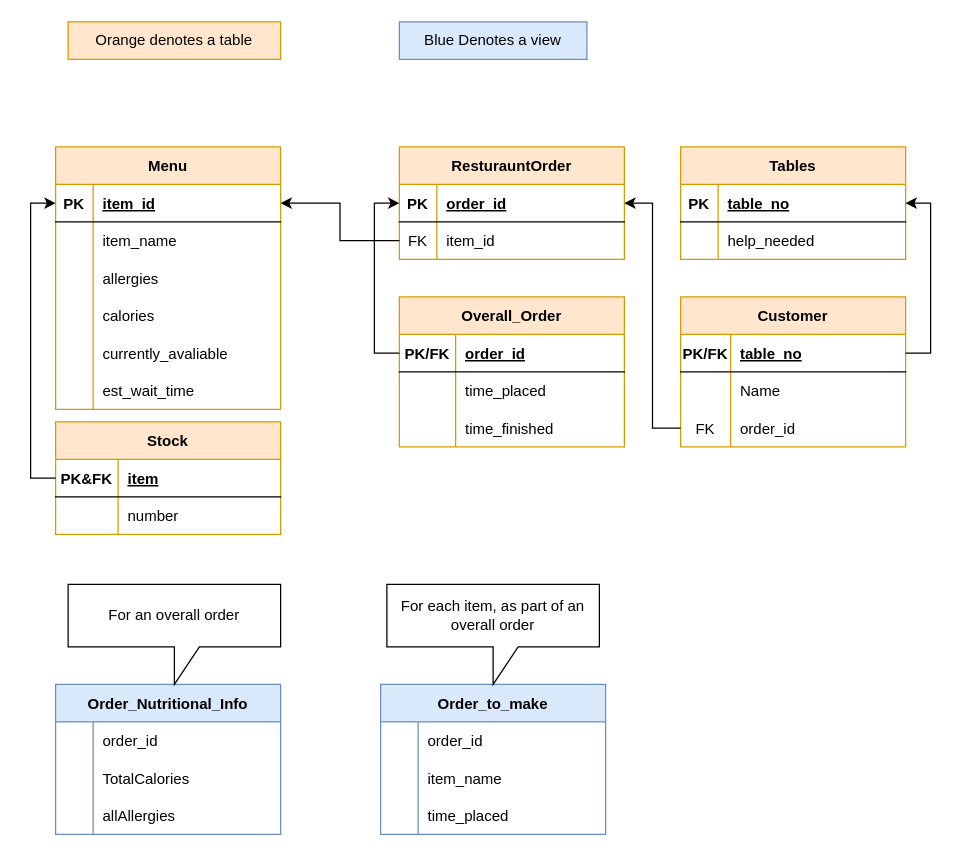
Above: SQLDatabase/Diagrams/DrawIOSchema.drawio in mattyblackout/cs2815-project (draw.io), before the change. Source tidied: cells renumbered, new cells numbered last; positions are measured from the earlier drawing's top-left corner, leaving out a move shared by most shapes. Both pictures are drawn from the tidied source at 125%, with x=0, y=0 at pixel (55, 21).
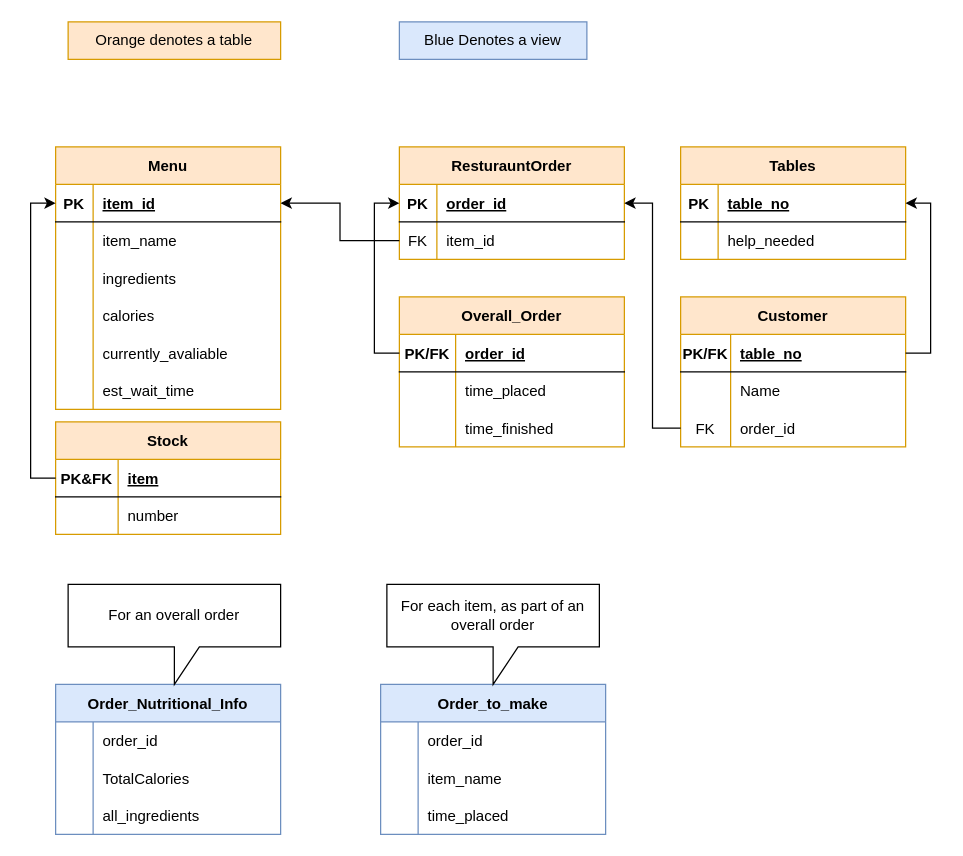
The same diagram, later.

Commit message:
Swapped allergies to ingredients

The change refers to these unchanged cells:
```xml
<mxCell id="9" style="shape=tableRow;horizontal=0;startSize=0;swimlaneHead=0;swimlaneBody=0;fillColor=none;top=0;left=0;right=0;bottom=0;" parent="2" vertex="1">
  <mxGeometry y="90" width="180" height="30" as="geometry" />
</mxCell>
<mxCell id="56" style="shape=tableRow;horizontal=0;startSize=0;swimlaneHead=0;swimlaneBody=0;fillColor=none;top=0;left=0;right=0;bottom=0;" parent="49" vertex="1">
  <mxGeometry y="90" width="180" height="30" as="geometry" />
</mxCell>
```

The edit, as a diff of the source:
```diff
@@
-    <mxCell id="11" value="allergies" style="shape=partialRectangle;fillColor=none;top=0;left=0;bottom=0;right=0;align=left;spacingLeft=6;fontStyle=0;overflow=hidden;" parent="9" vertex="1">
+    <mxCell id="11" value="ingredients" style="shape=partialRectangle;fillColor=none;top=0;left=0;bottom=0;right=0;align=left;spacingLeft=6;fontStyle=0;overflow=hidden;" parent="9" vertex="1">
       <mxGeometry x="30" width="150" height="30" as="geometry" />
     </mxCell>
@@
-    <mxCell id="58" value="allAllergies" style="shape=partialRectangle;fillColor=none;top=0;left=0;bottom=0;right=0;align=left;spacingLeft=6;fontStyle=0;overflow=hidden;" parent="56" vertex="1">
+    <mxCell id="58" value="all_ingredients" style="shape=partialRectangle;fillColor=none;top=0;left=0;bottom=0;right=0;align=left;spacingLeft=6;fontStyle=0;overflow=hidden;" parent="56" vertex="1">
       <mxGeometry x="30" width="150" height="30" as="geometry" />
     </mxCell>
```
